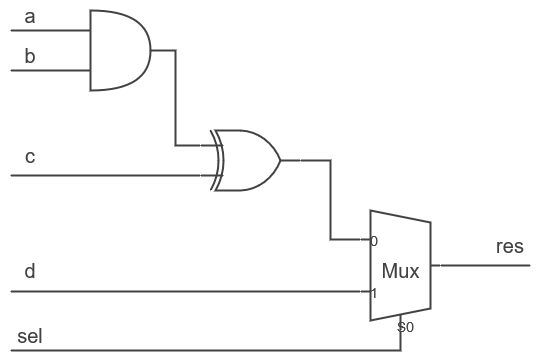
This is .pic/Vivado Basics/Implementation steps/impl_steps_ref_scheme.drawio.png from MPSU/APS, a draw.io export, as it was before one commit. Source tidied: cells renumbered, new cells last; positions are measured from the earlier drawing's top-left corner, leaving out a move shared by most shapes. Its diagram source:
```xml
<mxGraphModel>
  <root>
    <mxCell id="0" />
    <mxCell id="1" parent="0" />
    <mxCell id="2" style="edgeStyle=orthogonalEdgeStyle;rounded=0;jettySize=auto;html=1;exitX=1;exitY=0.5;exitDx=0;exitDy=0;exitPerimeter=0;entryX=0;entryY=0.25;entryDx=0;entryDy=0;entryPerimeter=0;endArrow=none;endFill=0;strokeWidth=2;strokeColor=#424242;" parent="1" edge="1" source="3" target="6">
      <mxGeometry relative="1" as="geometry" />
    </mxCell>
    <mxCell id="3" style="shape=or;whiteSpace=wrap;html=1;strokeWidth=2;strokeColor=#424242;fillColor=none;" parent="1" vertex="1">
      <mxGeometry x="90" y="10" width="60" height="80" as="geometry" />
    </mxCell>
    <mxCell id="4" style="edgeStyle=orthogonalEdgeStyle;rounded=0;jettySize=auto;html=1;exitX=0;exitY=0.75;exitDx=0;exitDy=0;exitPerimeter=0;endArrow=none;endFill=0;strokeWidth=2;strokeColor=#424242;" parent="1" edge="1" source="6">
      <mxGeometry relative="1" as="geometry">
        <mxPoint x="10" y="175" as="targetPoint" />
      </mxGeometry>
    </mxCell>
    <mxCell id="5" style="edgeStyle=orthogonalEdgeStyle;rounded=0;jettySize=auto;html=1;exitX=1;exitY=0.5;exitDx=0;exitDy=0;exitPerimeter=0;entryX=0;entryY=0.21666666666666667;entryDx=0;entryDy=3;entryPerimeter=0;endArrow=none;endFill=0;strokeWidth=2;strokeColor=#424242;" parent="1" edge="1" source="6" target="10">
      <mxGeometry relative="1" as="geometry" />
    </mxCell>
    <mxCell id="6" style="verticalLabelPosition=bottom;shadow=0;dashed=0;align=center;html=1;verticalAlign=top;shape=mxgraph.electrical.logic_gates.logic_gate;operation=xor;strokeWidth=2;strokeColor=#424242;fillColor=none;" parent="1" vertex="1">
      <mxGeometry x="200" y="130" width="100" height="60" as="geometry" />
    </mxCell>
    <mxCell id="7" style="edgeStyle=orthogonalEdgeStyle;rounded=0;jettySize=auto;html=1;exitX=0;exitY=0.65;exitDx=0;exitDy=3;exitPerimeter=0;endArrow=none;endFill=0;strokeWidth=2;strokeColor=#424242;" parent="1" edge="1" source="10">
      <mxGeometry relative="1" as="geometry">
        <mxPoint x="10" y="291" as="targetPoint" />
      </mxGeometry>
    </mxCell>
    <mxCell id="8" style="edgeStyle=orthogonalEdgeStyle;rounded=0;jettySize=auto;html=1;exitX=0.375;exitY=1;exitDx=10;exitDy=0;exitPerimeter=0;endArrow=none;endFill=0;strokeWidth=2;strokeColor=#424242;" parent="1" edge="1" source="10">
      <mxGeometry relative="1" as="geometry">
        <mxPoint x="10" y="350" as="targetPoint" />
        <Array as="points">
          <mxPoint x="400" y="350" />
        </Array>
      </mxGeometry>
    </mxCell>
    <mxCell id="9" style="edgeStyle=orthogonalEdgeStyle;rounded=0;jettySize=auto;html=1;exitX=1;exitY=0.5;exitDx=0;exitDy=-5;exitPerimeter=0;endArrow=none;endFill=0;strokeWidth=2;strokeColor=#424242;" parent="1" edge="1" source="10">
      <mxGeometry relative="1" as="geometry">
        <mxPoint x="530" y="265" as="targetPoint" />
      </mxGeometry>
    </mxCell>
    <mxCell id="10" value="&lt;p style=&quot;line-height: 90%;&quot;&gt;&lt;font style=&quot;font-size: 26px;&quot;&gt;&lt;font style=&quot;font-size: 25px;&quot;&gt;&lt;font style=&quot;font-size: 24px;&quot;&gt;&lt;font style=&quot;font-size: 23px;&quot;&gt;&lt;font style=&quot;font-size: 22px;&quot;&gt;&lt;font style=&quot;font-size: 21px;&quot;&gt;&lt;font style=&quot;font-size: 20px;&quot;&gt;&lt;font style=&quot;font-size: 19px;&quot;&gt;&lt;font style=&quot;font-size: 18px;&quot;&gt;&lt;font style=&quot;font-size: 17px;&quot;&gt;&lt;font style=&quot;font-size: 16px;&quot;&gt;&lt;font style=&quot;font-size: 17px;&quot;&gt;&lt;font style=&quot;font-size: 18px;&quot;&gt;&lt;font style=&quot;font-size: 19px;&quot;&gt;&lt;font style=&quot;font-size: 20px;&quot;&gt;Mux&lt;/font&gt;&lt;/font&gt;&lt;/font&gt;&lt;/font&gt;&lt;/font&gt;&lt;/font&gt;&lt;/font&gt;&lt;/font&gt;&lt;/font&gt;&lt;/font&gt;&lt;/font&gt;&lt;/font&gt;&lt;/font&gt;&lt;/font&gt;&lt;/font&gt;&lt;/p&gt;" style="shadow=0;dashed=0;align=center;html=1;strokeWidth=2;shape=mxgraph.electrical.abstract.mux2;strokeColor=#424242;fontColor=#424242;fontSize=27;fillColor=none;" parent="1" vertex="1">
      <mxGeometry x="360" y="210" width="80" height="120" as="geometry" />
    </mxCell>
    <mxCell id="11" style="endArrow=none;html=1;rounded=0;entryX=0;entryY=0.25;entryDx=0;entryDy=0;entryPerimeter=0;strokeWidth=2;strokeColor=#424242;" parent="1" edge="1" target="3">
      <mxGeometry relative="1" as="geometry">
        <mxPoint x="10" y="30" as="sourcePoint" />
      </mxGeometry>
    </mxCell>
    <mxCell id="12" style="endArrow=none;html=1;rounded=0;entryX=0;entryY=0.75;entryDx=0;entryDy=0;entryPerimeter=0;strokeWidth=2;strokeColor=#424242;" parent="1" edge="1" target="3">
      <mxGeometry relative="1" as="geometry">
        <mxPoint x="10" y="70" as="sourcePoint" />
      </mxGeometry>
    </mxCell>
    <mxCell id="13" value="a" style="text;html=1;strokeColor=none;fillColor=none;align=center;verticalAlign=middle;whiteSpace=wrap;rounded=0;fontSize=20;fontColor=#424242;" parent="1" vertex="1">
      <mxGeometry width="60" height="30" as="geometry" />
    </mxCell>
    <mxCell id="14" value="b" style="text;html=1;strokeColor=none;fillColor=none;align=center;verticalAlign=middle;whiteSpace=wrap;rounded=0;fontSize=20;fontColor=#424242;" parent="1" vertex="1">
      <mxGeometry y="40" width="60" height="30" as="geometry" />
    </mxCell>
    <mxCell id="15" value="c" style="text;html=1;strokeColor=none;fillColor=none;align=center;verticalAlign=middle;whiteSpace=wrap;rounded=0;fontSize=20;fontColor=#424242;" parent="1" vertex="1">
      <mxGeometry y="140" width="60" height="30" as="geometry" />
    </mxCell>
    <mxCell id="16" value="d" style="text;html=1;strokeColor=none;fillColor=none;align=center;verticalAlign=middle;whiteSpace=wrap;rounded=0;fontSize=20;fontColor=#424242;" parent="1" vertex="1">
      <mxGeometry y="255" width="60" height="30" as="geometry" />
    </mxCell>
    <mxCell id="17" value="sel" style="text;html=1;strokeColor=none;fillColor=none;align=center;verticalAlign=middle;whiteSpace=wrap;rounded=0;fontSize=20;fontColor=#424242;" parent="1" vertex="1">
      <mxGeometry y="320" width="60" height="30" as="geometry" />
    </mxCell>
    <mxCell id="18" value="res" style="text;html=1;strokeColor=none;fillColor=none;align=center;verticalAlign=middle;whiteSpace=wrap;rounded=0;fontSize=20;fontColor=#424242;" parent="1" vertex="1">
      <mxGeometry x="480" y="230" width="60" height="30" as="geometry" />
    </mxCell>
  </root>
</mxGraphModel>
```
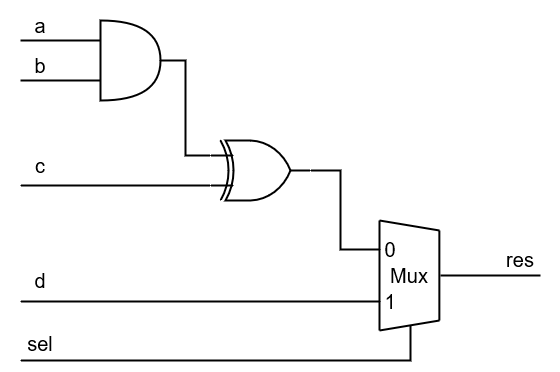
Above is the later version.

Commit message:
Шаги имплементации. Обновление схемы

Diff of the diagram source:
```diff
@@ -2,71 +2,108 @@
   <root>
     <mxCell id="0" />
     <mxCell id="1" parent="0" />
-    <mxCell id="2" style="edgeStyle=orthogonalEdgeStyle;rounded=0;jettySize=auto;html=1;exitX=1;exitY=0.5;exitDx=0;exitDy=0;exitPerimeter=0;entryX=0;entryY=0.25;entryDx=0;entryDy=0;entryPerimeter=0;endArrow=none;endFill=0;strokeWidth=2;strokeColor=#424242;" parent="1" edge="1" source="3" target="6">
+    <mxCell id="2" style="edgeStyle=orthogonalEdgeStyle;rounded=0;jettySize=auto;html=1;exitX=1;exitY=0.5;exitDx=0;exitDy=0;exitPerimeter=0;entryX=0;entryY=0.25;entryDx=0;entryDy=0;entryPerimeter=0;endArrow=none;endFill=0;strokeWidth=2;strokeColor=#000000;fontColor=#000000;" parent="1" edge="1" source="3" target="6">
       <mxGeometry relative="1" as="geometry" />
     </mxCell>
-    <mxCell id="3" style="shape=or;whiteSpace=wrap;html=1;strokeWidth=2;strokeColor=#424242;fillColor=none;" parent="1" vertex="1">
+    <mxCell id="3" style="shape=or;whiteSpace=wrap;html=1;strokeWidth=2;strokeColor=#000000;fillColor=none;fontColor=#000000;" parent="1" vertex="1">
       <mxGeometry x="90" y="10" width="60" height="80" as="geometry" />
     </mxCell>
-    <mxCell id="4" style="edgeStyle=orthogonalEdgeStyle;rounded=0;jettySize=auto;html=1;exitX=0;exitY=0.75;exitDx=0;exitDy=0;exitPerimeter=0;endArrow=none;endFill=0;strokeWidth=2;strokeColor=#424242;" parent="1" edge="1" source="6">
+    <mxCell id="4" style="edgeStyle=orthogonalEdgeStyle;rounded=0;jettySize=auto;html=1;exitX=0;exitY=0.75;exitDx=0;exitDy=0;exitPerimeter=0;endArrow=none;endFill=0;strokeWidth=2;strokeColor=#000000;fontColor=#000000;" parent="1" edge="1" source="6">
       <mxGeometry relative="1" as="geometry">
         <mxPoint x="10" y="175" as="targetPoint" />
       </mxGeometry>
     </mxCell>
-    <mxCell id="5" style="edgeStyle=orthogonalEdgeStyle;rounded=0;jettySize=auto;html=1;exitX=1;exitY=0.5;exitDx=0;exitDy=0;exitPerimeter=0;entryX=0;entryY=0.21666666666666667;entryDx=0;entryDy=3;entryPerimeter=0;endArrow=none;endFill=0;strokeWidth=2;strokeColor=#424242;" parent="1" edge="1" source="6" target="10">
-      <mxGeometry relative="1" as="geometry" />
+    <mxCell id="5" style="edgeStyle=orthogonalEdgeStyle;rounded=0;jettySize=auto;html=1;exitX=1;exitY=0.5;exitDx=0;exitDy=0;exitPerimeter=0;entryX=0;entryY=0.5;entryDx=0;entryDy=0;endArrow=none;endFill=0;strokeWidth=2;strokeColor=#000000;fontColor=#000000;" parent="1" edge="1" source="6" target="23">
+      <mxGeometry relative="1" as="geometry">
+        <Array as="points">
+          <mxPoint x="330" y="160" />
+          <mxPoint x="330" y="239" />
+        </Array>
+      </mxGeometry>
     </mxCell>
-    <mxCell id="6" style="verticalLabelPosition=bottom;shadow=0;dashed=0;align=center;html=1;verticalAlign=top;shape=mxgraph.electrical.logic_gates.logic_gate;operation=xor;strokeWidth=2;strokeColor=#424242;fillColor=none;" parent="1" vertex="1">
+    <mxCell id="6" style="verticalLabelPosition=bottom;shadow=0;dashed=0;align=center;html=1;verticalAlign=top;shape=mxgraph.electrical.logic_gates.logic_gate;operation=xor;strokeWidth=2;strokeColor=#000000;fillColor=none;fontColor=#000000;" parent="1" vertex="1">
       <mxGeometry x="200" y="130" width="100" height="60" as="geometry" />
     </mxCell>
-    <mxCell id="7" style="edgeStyle=orthogonalEdgeStyle;rounded=0;jettySize=auto;html=1;exitX=0;exitY=0.65;exitDx=0;exitDy=3;exitPerimeter=0;endArrow=none;endFill=0;strokeWidth=2;strokeColor=#424242;" parent="1" edge="1" source="10">
+    <mxCell id="7" style="edgeStyle=orthogonalEdgeStyle;rounded=0;jettySize=auto;html=1;exitX=0;exitY=0.5;exitDx=0;exitDy=0;endArrow=none;endFill=0;strokeWidth=2;strokeColor=#000000;fontColor=#000000;" parent="1" edge="1" source="24">
       <mxGeometry relative="1" as="geometry">
         <mxPoint x="10" y="291" as="targetPoint" />
       </mxGeometry>
     </mxCell>
-    <mxCell id="8" style="edgeStyle=orthogonalEdgeStyle;rounded=0;jettySize=auto;html=1;exitX=0.375;exitY=1;exitDx=10;exitDy=0;exitPerimeter=0;endArrow=none;endFill=0;strokeWidth=2;strokeColor=#424242;" parent="1" edge="1" source="10">
+    <mxCell id="8" style="edgeStyle=orthogonalEdgeStyle;rounded=0;orthogonalLoop=1;jettySize=auto;html=1;endArrow=none;endFill=0;strokeWidth=2;strokeColor=#000000;fontColor=#000000;" parent="1" edge="1">
       <mxGeometry relative="1" as="geometry">
+        <mxPoint x="400" y="315" as="sourcePoint" />
         <mxPoint x="10" y="350" as="targetPoint" />
         <Array as="points">
           <mxPoint x="400" y="350" />
         </Array>
       </mxGeometry>
     </mxCell>
-    <mxCell id="9" style="edgeStyle=orthogonalEdgeStyle;rounded=0;jettySize=auto;html=1;exitX=1;exitY=0.5;exitDx=0;exitDy=-5;exitPerimeter=0;endArrow=none;endFill=0;strokeWidth=2;strokeColor=#424242;" parent="1" edge="1" source="10">
+    <mxCell id="9" style="edgeStyle=orthogonalEdgeStyle;rounded=0;orthogonalLoop=1;jettySize=auto;html=1;endArrow=none;endFill=0;strokeWidth=2;strokeColor=#000000;fontColor=#000000;" parent="1" edge="1">
       <mxGeometry relative="1" as="geometry">
+        <mxPoint x="430" y="265" as="sourcePoint" />
         <mxPoint x="530" y="265" as="targetPoint" />
       </mxGeometry>
     </mxCell>
-    <mxCell id="10" value="&lt;p style=&quot;line-height: 90%;&quot;&gt;&lt;font style=&quot;font-size: 26px;&quot;&gt;&lt;font style=&quot;font-size: 25px;&quot;&gt;&lt;font style=&quot;font-size: 24px;&quot;&gt;&lt;font style=&quot;font-size: 23px;&quot;&gt;&lt;font style=&quot;font-size: 22px;&quot;&gt;&lt;font style=&quot;font-size: 21px;&quot;&gt;&lt;font style=&quot;font-size: 20px;&quot;&gt;&lt;font style=&quot;font-size: 19px;&quot;&gt;&lt;font style=&quot;font-size: 18px;&quot;&gt;&lt;font style=&quot;font-size: 17px;&quot;&gt;&lt;font style=&quot;font-size: 16px;&quot;&gt;&lt;font style=&quot;font-size: 17px;&quot;&gt;&lt;font style=&quot;font-size: 18px;&quot;&gt;&lt;font style=&quot;font-size: 19px;&quot;&gt;&lt;font style=&quot;font-size: 20px;&quot;&gt;Mux&lt;/font&gt;&lt;/font&gt;&lt;/font&gt;&lt;/font&gt;&lt;/font&gt;&lt;/font&gt;&lt;/font&gt;&lt;/font&gt;&lt;/font&gt;&lt;/font&gt;&lt;/font&gt;&lt;/font&gt;&lt;/font&gt;&lt;/font&gt;&lt;/font&gt;&lt;/p&gt;" style="shadow=0;dashed=0;align=center;html=1;strokeWidth=2;shape=mxgraph.electrical.abstract.mux2;strokeColor=#424242;fontColor=#424242;fontSize=27;fillColor=none;" parent="1" vertex="1">
-      <mxGeometry x="360" y="210" width="80" height="120" as="geometry" />
+    <mxCell id="10" style="endArrow=none;html=1;rounded=0;entryX=0;entryY=0.25;entryDx=0;entryDy=0;entryPerimeter=0;strokeWidth=2;strokeColor=#000000;fontColor=#000000;" parent="1" edge="1" target="3">
+      <mxGeometry relative="1" as="geometry">
+        <mxPoint x="10" y="30" as="sourcePoint" />
+      </mxGeometry>
     </mxCell>
-    <mxCell id="11" style="endArrow=none;html=1;rounded=0;entryX=0;entryY=0.25;entryDx=0;entryDy=0;entryPerimeter=0;strokeWidth=2;strokeColor=#424242;" parent="1" edge="1" target="3">
+    <mxCell id="11" style="endArrow=none;html=1;rounded=0;entryX=0;entryY=0.75;entryDx=0;entryDy=0;entryPerimeter=0;strokeWidth=2;strokeColor=#000000;fontColor=#000000;" parent="1" edge="1" target="3">
       <mxGeometry relative="1" as="geometry">
-        <mxPoint x="10" y="30" as="sourcePoint" />
+        <mxPoint x="10" y="70" as="sourcePoint" />
       </mxGeometry>
     </mxCell>
-    <mxCell id="12" style="endArrow=none;html=1;rounded=0;entryX=0;entryY=0.75;entryDx=0;entryDy=0;entryPerimeter=0;strokeWidth=2;strokeColor=#424242;" parent="1" edge="1" target="3">
-      <mxGeometry relative="1" as="geometry">
-        <mxPoint x="10" y="70" as="sourcePoint" />
-      </mxGeometry>
+    <mxCell id="12" value="a" style="text;html=1;strokeColor=none;fillColor=none;align=center;verticalAlign=middle;whiteSpace=wrap;rounded=0;fontSize=20;fontColor=#000000;" parent="1" vertex="1">
+      <mxGeometry width="60" height="30" as="geometry" />
     </mxCell>
-    <mxCell id="13" value="a" style="text;html=1;strokeColor=none;fillColor=none;align=center;verticalAlign=middle;whiteSpace=wrap;rounded=0;fontSize=20;fontColor=#424242;" parent="1" vertex="1">
-      <mxGeometry width="60" height="30" as="geometry" />
+    <mxCell id="13" value="b" style="text;html=1;strokeColor=none;fillColor=none;align=center;verticalAlign=middle;whiteSpace=wrap;rounded=0;fontSize=20;fontColor=#000000;" parent="1" vertex="1">
+      <mxGeometry y="40" width="60" height="30" as="geometry" />
     </mxCell>
-    <mxCell id="14" value="b" style="text;html=1;strokeColor=none;fillColor=none;align=center;verticalAlign=middle;whiteSpace=wrap;rounded=0;fontSize=20;fontColor=#424242;" parent="1" vertex="1">
-      <mxGeometry y="40" width="60" height="30" as="geometry" />
+    <mxCell id="14" value="c" style="text;html=1;strokeColor=none;fillColor=none;align=center;verticalAlign=middle;whiteSpace=wrap;rounded=0;fontSize=20;fontColor=#000000;" parent="1" vertex="1">
+      <mxGeometry y="140" width="60" height="30" as="geometry" />
     </mxCell>
-    <mxCell id="15" value="c" style="text;html=1;strokeColor=none;fillColor=none;align=center;verticalAlign=middle;whiteSpace=wrap;rounded=0;fontSize=20;fontColor=#424242;" parent="1" vertex="1">
-      <mxGeometry y="140" width="60" height="30" as="geometry" />
+    <mxCell id="15" value="d" style="text;html=1;strokeColor=none;fillColor=none;align=center;verticalAlign=middle;whiteSpace=wrap;rounded=0;fontSize=20;fontColor=#000000;" parent="1" vertex="1">
+      <mxGeometry y="255" width="60" height="30" as="geometry" />
     </mxCell>
-    <mxCell id="16" value="d" style="text;html=1;strokeColor=none;fillColor=none;align=center;verticalAlign=middle;whiteSpace=wrap;rounded=0;fontSize=20;fontColor=#424242;" parent="1" vertex="1">
-      <mxGeometry y="255" width="60" height="30" as="geometry" />
+    <mxCell id="16" value="sel" style="text;html=1;strokeColor=none;fillColor=none;align=center;verticalAlign=middle;whiteSpace=wrap;rounded=0;fontSize=20;fontColor=#000000;" parent="1" vertex="1">
+      <mxGeometry y="318" width="60" height="30" as="geometry" />
     </mxCell>
-    <mxCell id="17" value="sel" style="text;html=1;strokeColor=none;fillColor=none;align=center;verticalAlign=middle;whiteSpace=wrap;rounded=0;fontSize=20;fontColor=#424242;" parent="1" vertex="1">
-      <mxGeometry y="320" width="60" height="30" as="geometry" />
+    <mxCell id="17" value="res" style="text;html=1;strokeColor=none;fillColor=none;align=center;verticalAlign=middle;whiteSpace=wrap;rounded=0;fontSize=20;fontColor=#000000;" parent="1" vertex="1">
+      <mxGeometry x="480" y="234" width="60" height="30" as="geometry" />
     </mxCell>
-    <mxCell id="18" value="res" style="text;html=1;strokeColor=none;fillColor=none;align=center;verticalAlign=middle;whiteSpace=wrap;rounded=0;fontSize=20;fontColor=#424242;" parent="1" vertex="1">
-      <mxGeometry x="480" y="230" width="60" height="30" as="geometry" />
+    <mxCell id="18" style="endArrow=none;html=1;rounded=0;strokeWidth=2;strokeColor=#000000;fontColor=#000000;" parent="1" edge="1">
+      <mxGeometry relative="1" as="geometry">
+        <mxPoint x="369" y="320" as="sourcePoint" />
+        <mxPoint x="369" y="210" as="targetPoint" />
+      </mxGeometry>
     </mxCell>
+    <mxCell id="19" style="endArrow=none;html=1;rounded=0;strokeWidth=2;strokeColor=#000000;fontColor=#000000;" parent="1" edge="1">
+      <mxGeometry relative="1" as="geometry">
+        <mxPoint x="428.9" y="220" as="sourcePoint" />
+        <mxPoint x="428.9" y="310" as="targetPoint" />
+      </mxGeometry>
+    </mxCell>
+    <mxCell id="20" style="endArrow=none;html=1;rounded=0;strokeWidth=2;strokeColor=#000000;fontColor=#000000;" parent="1" edge="1">
+      <mxGeometry relative="1" as="geometry">
+        <mxPoint x="369" y="210" as="sourcePoint" />
+        <mxPoint x="429" y="220" as="targetPoint" />
+      </mxGeometry>
+    </mxCell>
+    <mxCell id="21" style="endArrow=none;html=1;rounded=0;strokeWidth=2;strokeColor=#000000;fontColor=#000000;" parent="1" edge="1">
+      <mxGeometry relative="1" as="geometry">
+        <mxPoint x="369" y="320" as="sourcePoint" />
+        <mxPoint x="429" y="310" as="targetPoint" />
+      </mxGeometry>
+    </mxCell>
+    <mxCell id="22" value="Mux" style="text;html=1;strokeColor=none;fillColor=none;align=center;verticalAlign=middle;whiteSpace=wrap;rounded=0;fontSize=20;fontColor=#000000;" parent="1" vertex="1">
+      <mxGeometry x="369" y="250" width="60" height="30" as="geometry" />
+    </mxCell>
+    <mxCell id="23" value="0" style="text;html=1;strokeColor=none;fillColor=none;align=center;verticalAlign=middle;whiteSpace=wrap;rounded=0;fontSize=20;fontColor=#000000;" parent="1" vertex="1">
+      <mxGeometry x="370" y="224" width="20" height="30" as="geometry" />
+    </mxCell>
+    <mxCell id="24" value="1" style="text;html=1;strokeColor=none;fillColor=none;align=center;verticalAlign=middle;whiteSpace=wrap;rounded=0;fontSize=20;fontColor=#000000;" parent="1" vertex="1">
+      <mxGeometry x="370" y="276" width="20" height="30" as="geometry" />
+    </mxCell>
   </root>
 </mxGraphModel>
```
